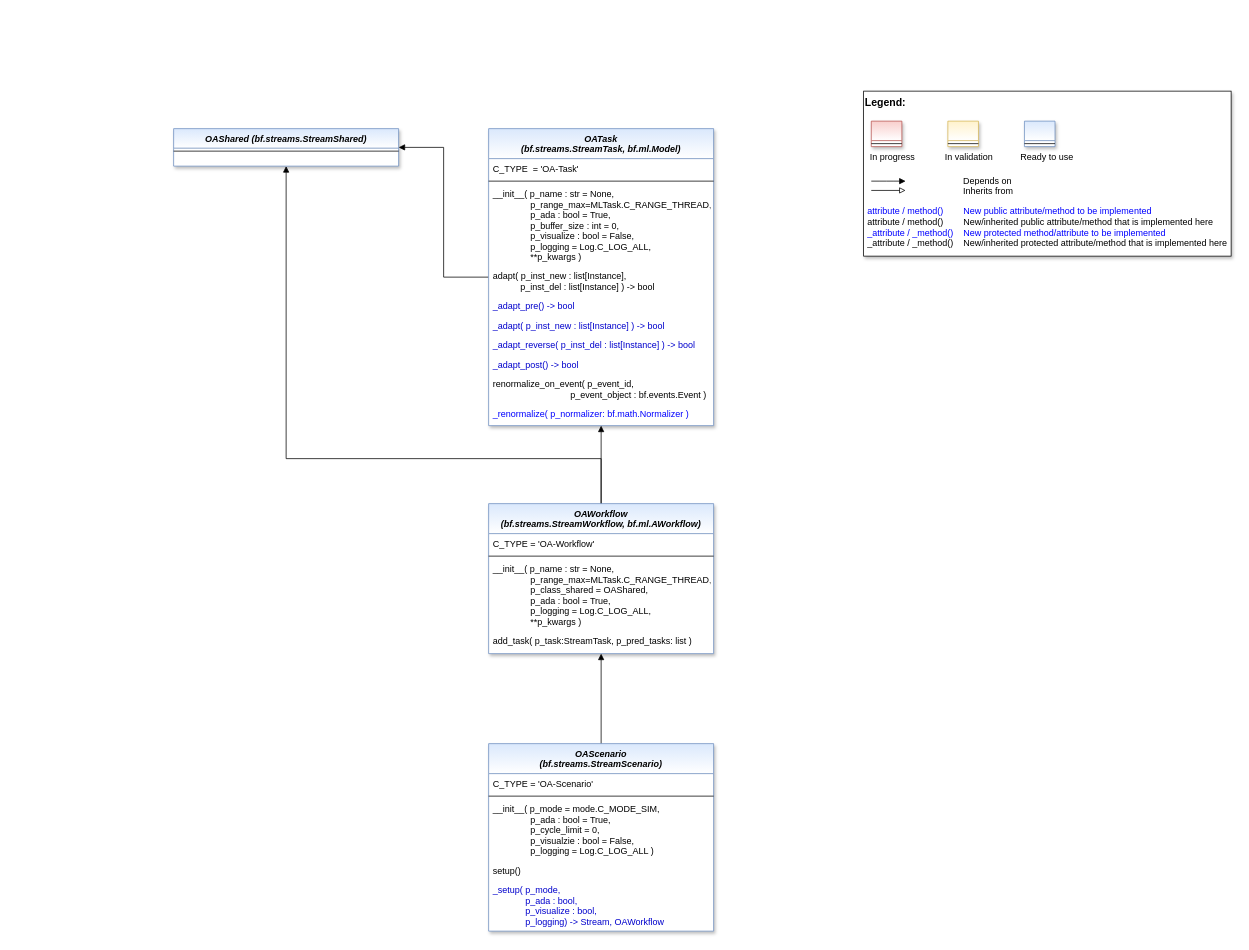
Earlier version of the draw.io diagram doc/rtd/content/99_appendices/appendix2/sub/core/mlpro_oa/streams/images/MLPro-OA-Stream-Processing_class_diagram.drawio (fhswf/MLPro). Source tidied: cells renumbered, new cells numbered last; positions are measured from the earlier drawing's top-left corner, leaving out a move shared by most shapes. Both pictures are drawn from the tidied source at 75%, with x=0, y=0 at pixel (173, 91).
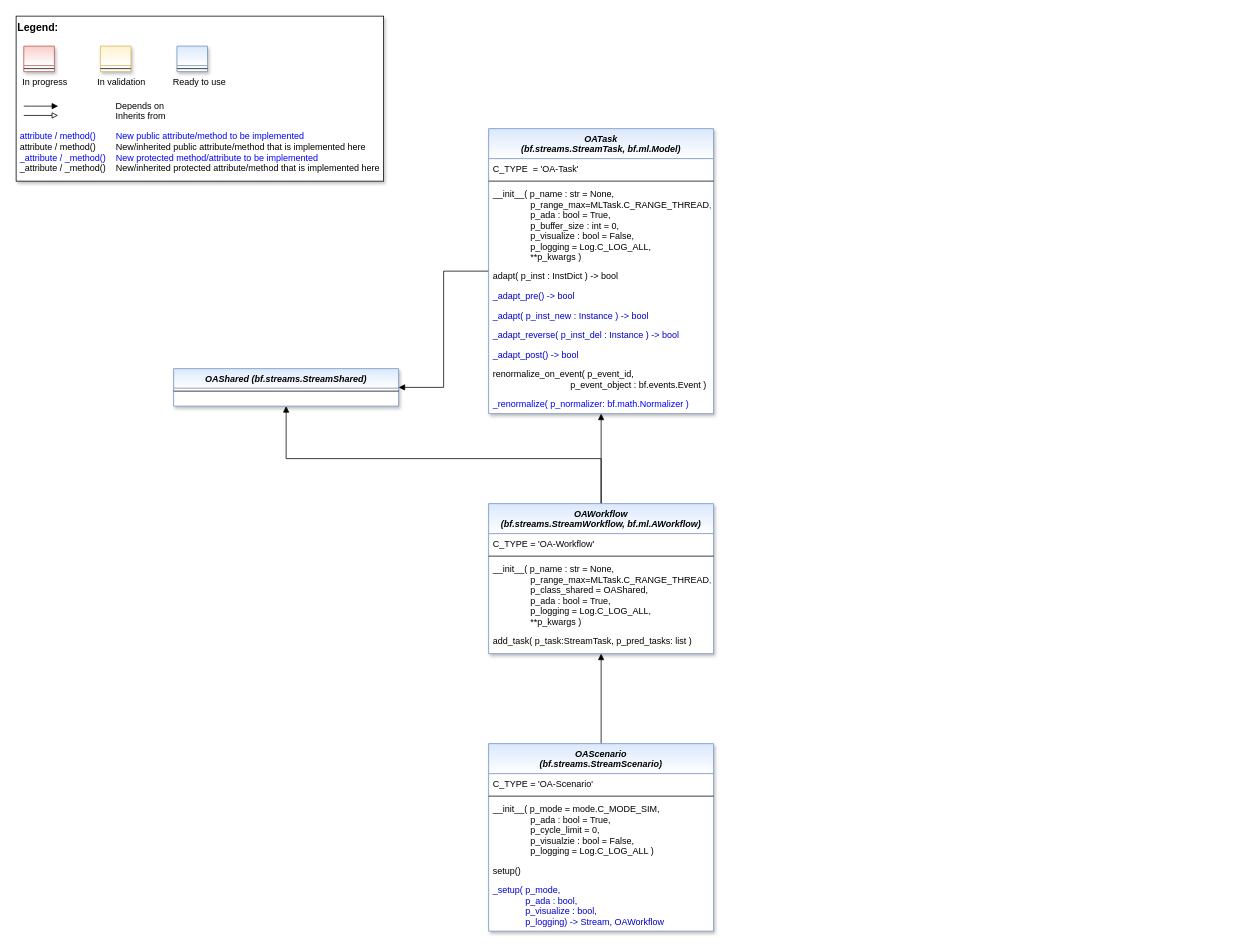
After the change.

Commit message (it also covers changes not shown here):
Refact: StreamTask, OATask - order of processing/adaption on new/obsolete instances #988

Diff of the diagram source:
```diff
@@
     <mxCell id="3" value="OATask &#10;(bf.streams.StreamTask, bf.ml.Model)" style="swimlane;fontStyle=3;align=center;verticalAlign=top;horizontal=1;startSize=40;rounded=0;shadow=1;strokeWidth=1;fillColor=#dae8fc;strokeColor=#6c8ebf;swimlaneFillColor=#ffffff;gradientColor=#FFFFFF;" parent="1" vertex="1">
-      <mxGeometry x="420" y="50" width="300" height="396" as="geometry" />
+      <mxGeometry x="420" y="50" width="300" height="380" as="geometry" />
     </mxCell>
@@
-    <mxCell id="7" value="adapt( p_inst_new : list[Instance],&#10;           p_inst_del : list[Instance] ) -&gt; bool" style="text;align=left;verticalAlign=top;spacingLeft=4;spacingRight=4;overflow=hidden;fontColor=default;" parent="3" vertex="1">
-      <mxGeometry y="183" width="300" height="40" as="geometry" />
+    <mxCell id="7" value="adapt( p_inst : InstDict ) -&gt; bool" style="text;align=left;verticalAlign=top;spacingLeft=4;spacingRight=4;overflow=hidden;fontColor=default;" parent="3" vertex="1">
+      <mxGeometry y="183" width="300" height="27" as="geometry" />
     </mxCell>
     <mxCell id="8" value="_adapt_pre() -&gt; bool" style="text;align=left;verticalAlign=top;spacingLeft=4;spacingRight=4;overflow=hidden;fontColor=#0000CC;" parent="3" vertex="1">
-      <mxGeometry y="223" width="300" height="26" as="geometry" />
+      <mxGeometry y="210" width="300" height="26" as="geometry" />
     </mxCell>
-    <mxCell id="9" value="_adapt( p_inst_new : list[Instance] ) -&gt; bool" style="text;align=left;verticalAlign=top;spacingLeft=4;spacingRight=4;overflow=hidden;fontColor=#0000CC;" parent="3" vertex="1">
-      <mxGeometry y="249" width="300" height="26" as="geometry" />
+    <mxCell id="9" value="_adapt( p_inst_new : Instance ) -&gt; bool" style="text;align=left;verticalAlign=top;spacingLeft=4;spacingRight=4;overflow=hidden;fontColor=#0000CC;" parent="3" vertex="1">
+      <mxGeometry y="236" width="300" height="26" as="geometry" />
     </mxCell>
-    <mxCell id="10" value="_adapt_reverse( p_inst_del : list[Instance] ) -&gt; bool" style="text;align=left;verticalAlign=top;spacingLeft=4;spacingRight=4;overflow=hidden;fontColor=#0000CC;" parent="3" vertex="1">
-      <mxGeometry y="275" width="300" height="26" as="geometry" />
+    <mxCell id="10" value="_adapt_reverse( p_inst_del : Instance ) -&gt; bool" style="text;align=left;verticalAlign=top;spacingLeft=4;spacingRight=4;overflow=hidden;fontColor=#0000CC;" parent="3" vertex="1">
+      <mxGeometry y="262" width="300" height="26" as="geometry" />
     </mxCell>
     <mxCell id="11" value="_adapt_post() -&gt; bool" style="text;align=left;verticalAlign=top;spacingLeft=4;spacingRight=4;overflow=hidden;fontColor=#0000CC;" parent="3" vertex="1">
-      <mxGeometry y="301" width="300" height="26" as="geometry" />
+      <mxGeometry y="288" width="300" height="26" as="geometry" />
     </mxCell>
     <mxCell id="12" value="renormalize_on_event( p_event_id, &#10;                               p_event_object : bf.events.Event )" style="text;align=left;verticalAlign=top;spacingLeft=4;spacingRight=4;overflow=hidden;fontColor=default;" parent="3" vertex="1">
-      <mxGeometry y="327" width="300" height="40" as="geometry" />
+      <mxGeometry y="314" width="300" height="40" as="geometry" />
     </mxCell>
     <mxCell id="13" value="_renormalize( p_normalizer: bf.math.Normalizer )" style="text;align=left;verticalAlign=top;spacingLeft=4;spacingRight=4;overflow=hidden;fontColor=#0000FF;" parent="3" vertex="1">
-      <mxGeometry y="367" width="300" height="25" as="geometry" />
+      <mxGeometry y="354" width="300" height="25" as="geometry" />
     </mxCell>
     <mxCell id="14" style="group;" parent="1" vertex="1">
-      <mxGeometry x="920" width="490" height="220" as="geometry" />
+      <mxGeometry x="-210" y="-100" width="490" height="220" as="geometry" />
     </mxCell>
@@
     <mxCell id="38" value="OAShared (bf.streams.StreamShared)" style="swimlane;fontStyle=3;align=center;verticalAlign=top;horizontal=1;startSize=26;rounded=0;shadow=1;strokeWidth=1;fillColor=#dae8fc;strokeColor=#6c8ebf;swimlaneFillColor=#ffffff;gradientColor=#FFFFFF;" parent="1" vertex="1">
-      <mxGeometry y="50" width="300" height="50" as="geometry" />
+      <mxGeometry y="370" width="300" height="50" as="geometry" />
     </mxCell>
```
